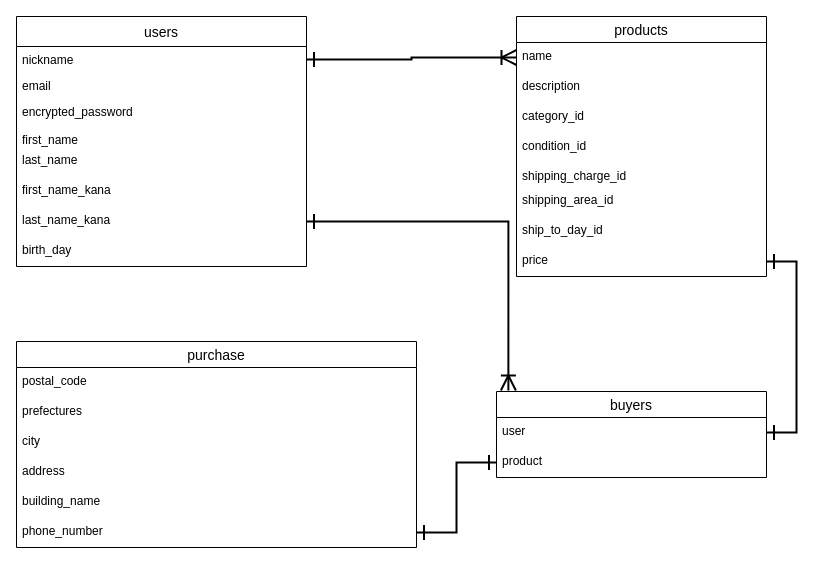
This is test.dio from takuzoo0/furima-35226, a draw.io file, before an edit. Source tidied: cells renumbered, new cells numbered last; positions are measured from the earlier drawing's top-left corner, leaving out a move shared by most shapes. Both pictures are drawn from the tidied source at 100%, with x=0, y=0 at pixel (16, 16).
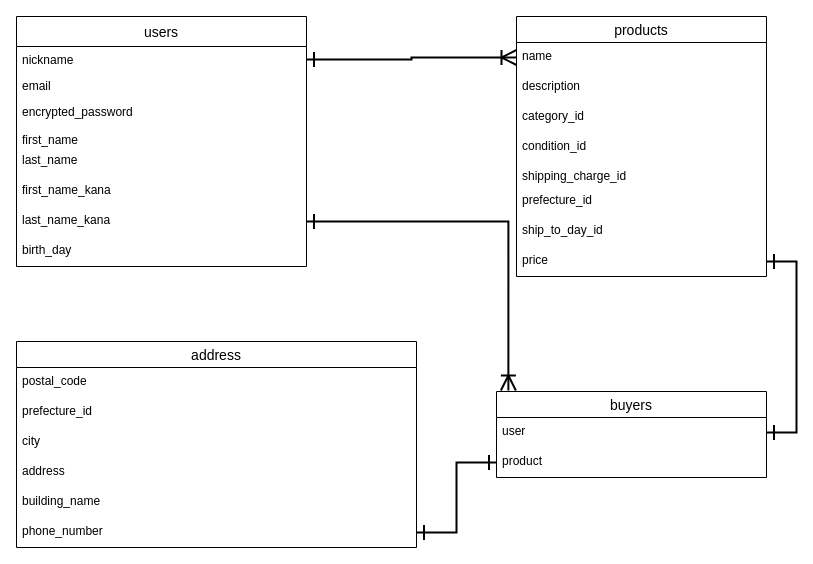
The same page after the edit.

Commit message (it also covers changes not shown here):
ER図とREADMEの修正2

The change refers to these unchanged cells:
```xml
<mxCell id="11" value="products" style="swimlane;fontStyle=0;horizontal=1;startSize=26;align=center;fontSize=14;" parent="1" vertex="1">
  <mxGeometry x="500" width="250" height="260" as="geometry" />
</mxCell>
```

The edit, as a diff of the source:
```diff
@@
-    <mxCell id="17" value="shipping_area_id" style="text;strokeColor=none;fillColor=none;spacingLeft=4;spacingRight=4;overflow=hidden;fontSize=12;" parent="11" vertex="1">
+    <mxCell id="17" value="prefecture_id" style="text;strokeColor=none;fillColor=none;spacingLeft=4;spacingRight=4;overflow=hidden;fontSize=12;" parent="11" vertex="1">
       <mxGeometry y="170" width="250" height="30" as="geometry" />
     </mxCell>
@@
-    <mxCell id="20" value="purchase" style="swimlane;fontStyle=0;horizontal=1;startSize=26;align=center;fontSize=14;" parent="1" vertex="1">
+    <mxCell id="20" value="address" style="swimlane;fontStyle=0;horizontal=1;startSize=26;align=center;fontSize=14;" parent="1" vertex="1">
       <mxGeometry y="325" width="400" height="206" as="geometry" />
     </mxCell>
@@
-    <mxCell id="22" value="prefectures" style="text;strokeColor=none;fillColor=none;spacingLeft=4;spacingRight=4;overflow=hidden;fontSize=12;" parent="20" vertex="1">
+    <mxCell id="22" value="prefecture_id" style="text;strokeColor=none;fillColor=none;spacingLeft=4;spacingRight=4;overflow=hidden;fontSize=12;" parent="20" vertex="1">
       <mxGeometry y="56" width="400" height="30" as="geometry" />
     </mxCell>
```
